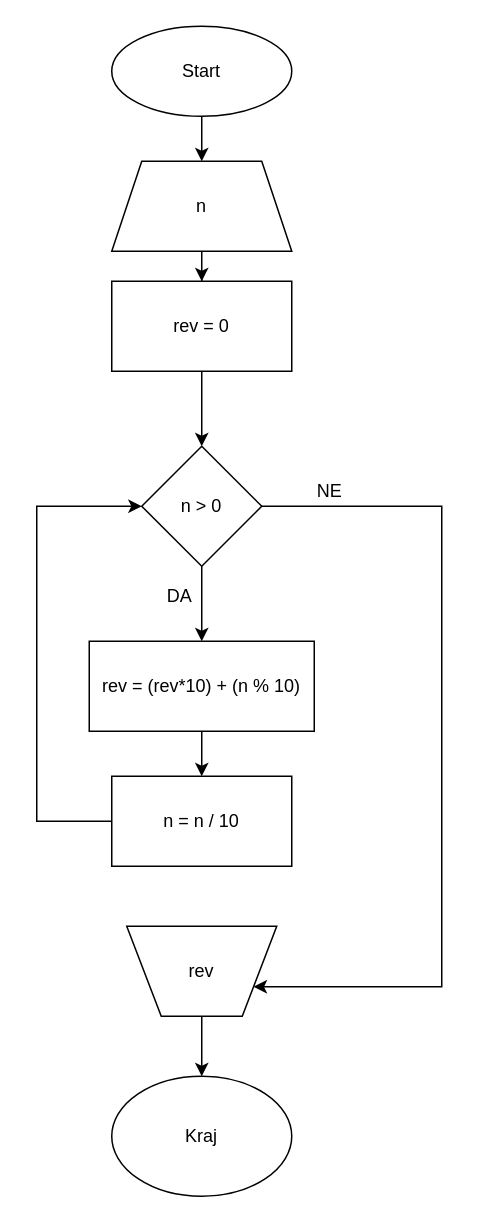
The draw.io diagram page "zad3" (3 of 6) of alg_domaci2.drawio in stashat/Test, before the edit. Source tidied: cells renumbered, new cells numbered last; positions are measured from the earlier drawing's top-left corner, leaving out a move shared by most shapes. Both pictures are drawn from the tidied source at 150%, with x=0, y=0 at pixel (36, 26).
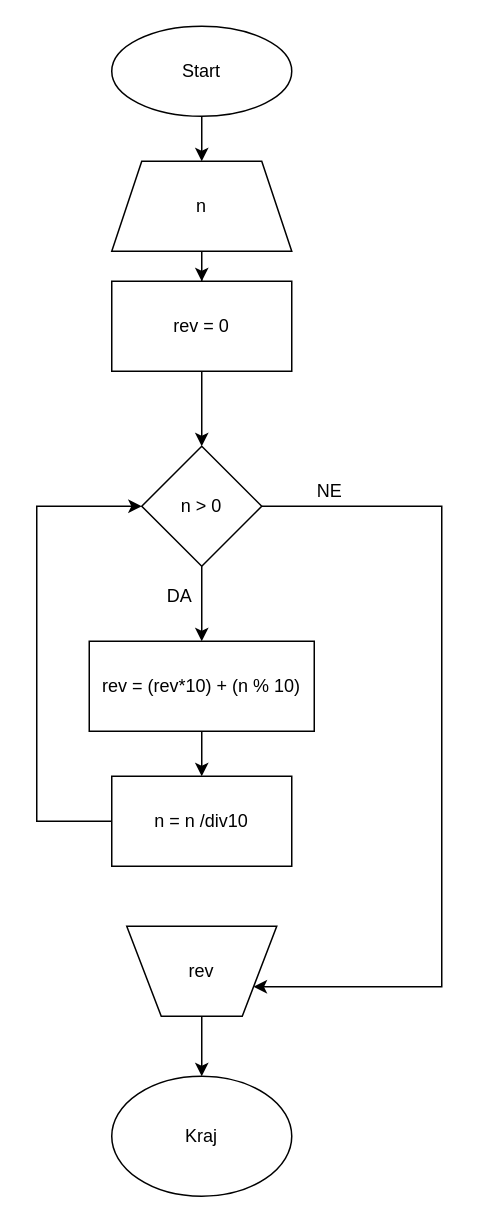
The same page after the edit.

What changed in the source:
```diff
@@
-    <mxCell id="19" value="n = n / 10" style="rounded=0;whiteSpace=wrap;html=1;" parent="1" vertex="1">
+    <mxCell id="19" value="n = n /div10" style="rounded=0;whiteSpace=wrap;html=1;" parent="1" vertex="1">
       <mxGeometry x="50" y="500" width="120" height="60" as="geometry" />
     </mxCell>
```
